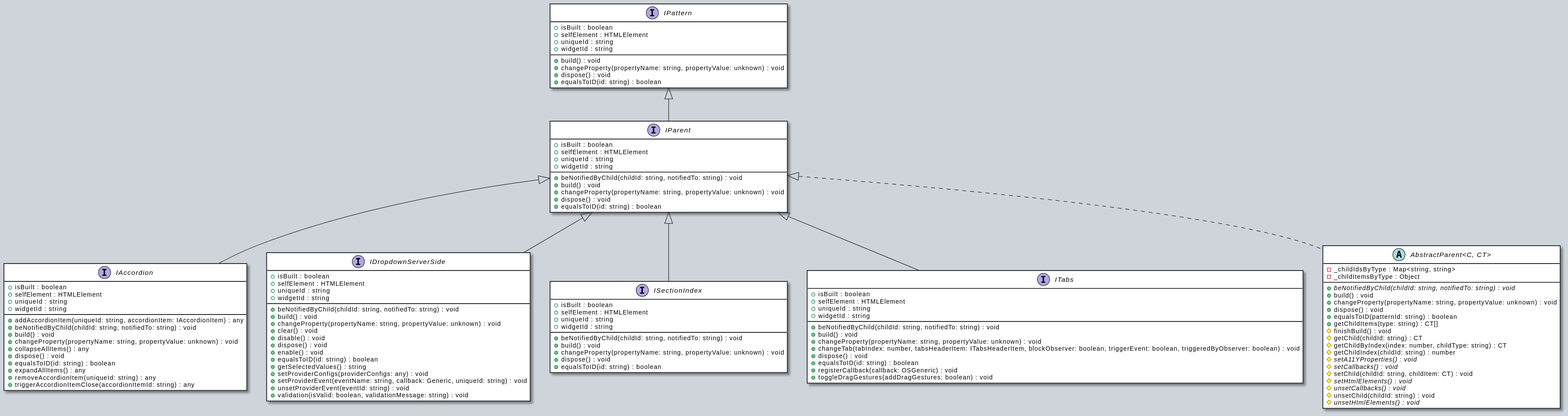
Earlier version of the PlantUML export docs/assets/IParent-umlClassDiagram-1360.svg (OutSystems/outsystems-ui). The source it was exported from:
```plantuml
@startuml
skinparam ClassArrowColor #272b30
skinparam ClassBorderColor #272b30
skinparam ClassBackgroundColor #fff
skinparam BackgroundColor #ced4da
hide empty methods
hide empty fields
interface "IParent" {
    +isBuilt : boolean
    +selfElement : HTMLElement
    +uniqueId : string
    +widgetId : string
    +beNotifiedByChild(childId: string, notifiedTo: string) : void
    +build() : void
    +changeProperty(propertyName: string, propertyValue: unknown) : void
    +dispose() : void
    +equalsToID(id: string) : boolean
}
interface "IPattern" {
    +isBuilt : boolean
    +selfElement : HTMLElement
    +uniqueId : string
    +widgetId : string
    +build() : void
    +changeProperty(propertyName: string, propertyValue: unknown) : void
    +dispose() : void
    +equalsToID(id: string) : boolean
}
"IPattern" <|-- "IParent"
interface "IAccordion" {
    +isBuilt : boolean
    +selfElement : HTMLElement
    +uniqueId : string
    +widgetId : string
    +addAccordionItem(uniqueId: string, accordionItem: IAccordionItem) : any
    +beNotifiedByChild(childId: string, notifiedTo: string) : void
    +build() : void
    +changeProperty(propertyName: string, propertyValue: unknown) : void
    +collapseAllItems() : any
    +dispose() : void
    +equalsToID(id: string) : boolean
    +expandAllItems() : any
    +removeAccordionItem(uniqueId: string) : any
    +triggerAccordionItemClose(accordionItemId: string) : any
}
"IParent" <|-- "IAccordion"
interface "IDropdownServerSide" {
    +isBuilt : boolean
    +selfElement : HTMLElement
    +uniqueId : string
    +widgetId : string
    +beNotifiedByChild(childId: string, notifiedTo: string) : void
    +build() : void
    +changeProperty(propertyName: string, propertyValue: unknown) : void
    +clear() : void
    +disable() : void
    +dispose() : void
    +enable() : void
    +equalsToID(id: string) : boolean
    +getSelectedValues() : string
    +setProviderConfigs(providerConfigs: any) : void
    +setProviderEvent(eventName: string, callback: Generic, uniqueId: string) : void
    +unsetProviderEvent(eventId: string) : void
    +validation(isValid: boolean, validationMessage: string) : void
}
"IParent" <|-- "IDropdownServerSide"
interface "ISectionIndex" {
    +isBuilt : boolean
    +selfElement : HTMLElement
    +uniqueId : string
    +widgetId : string
    +beNotifiedByChild(childId: string, notifiedTo: string) : void
    +build() : void
    +changeProperty(propertyName: string, propertyValue: unknown) : void
    +dispose() : void
    +equalsToID(id: string) : boolean
}
"IParent" <|-- "ISectionIndex"
interface "ITabs" {
    +isBuilt : boolean
    +selfElement : HTMLElement
    +uniqueId : string
    +widgetId : string
    +beNotifiedByChild(childId: string, notifiedTo: string) : void
    +build() : void
    +changeProperty(propertyName: string, propertyValue: unknown) : void
    +changeTab(tabIndex: number, tabsHeaderItem: ITabsHeaderItem, blockObserver: boolean, triggerEvent: boolean, triggeredByObserver: boolean) : void
    +dispose() : void
    +equalsToID(id: string) : boolean
    +registerCallback(callback: OSGeneric) : void
    +toggleDragGestures(addDragGestures: boolean) : void
}
"IParent" <|-- "ITabs"
abstract class "AbstractParent<C, CT>" {
    -_childIdsByType : Map<string, string>
    -_childItemsByType : Object
    {abstract} +beNotifiedByChild(childId: string, notifiedTo: string) : void
    +build() : void
    +changeProperty(propertyName: string, propertyValue: unknown) : void
    +dispose() : void
    +equalsToID(patternId: string) : boolean
    +getChildItems(type: string) : CT[]
    #finishBuild() : void
    #getChild(childId: string) : CT
    #getChildByIndex(index: number, childType: string) : CT
    #getChildIndex(childId: string) : number
    {abstract} #setA11YProperties() : void
    {abstract} #setCallbacks() : void
    #setChild(childId: string, childItem: CT) : void
    {abstract} #setHtmlElements() : void
    {abstract} #unsetCallbacks() : void
    #unsetChild(childId: string) : void
    {abstract} #unsetHtmlElements() : void
}
"IParent" <|.. "AbstractParent<C, CT>"
@enduml
```
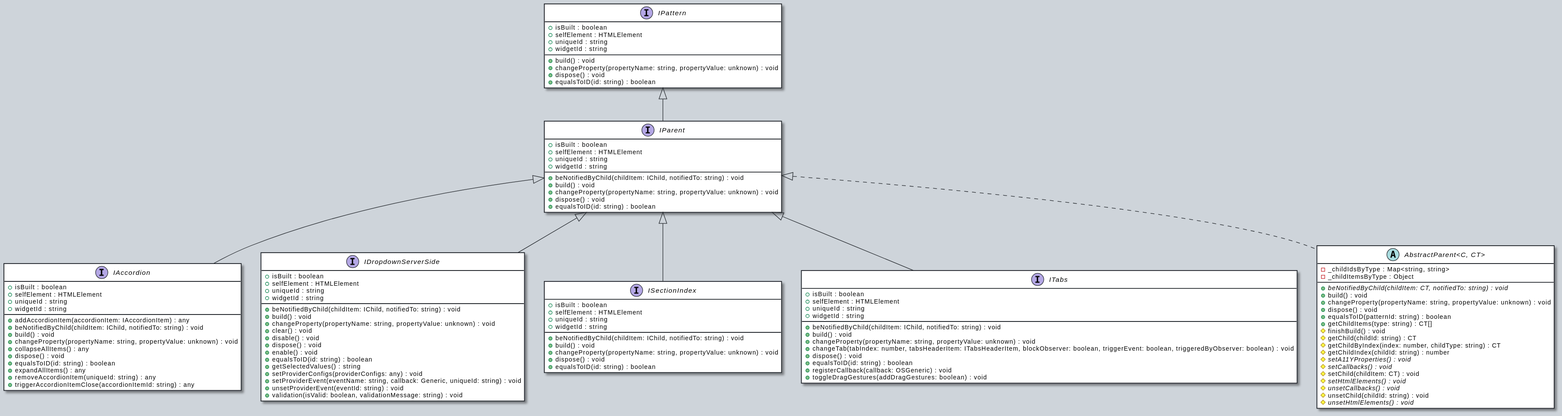
The same file after the commit.

Diff of the diagram source:
```diff
@@ -10,7 +10,7 @@
     +selfElement : HTMLElement
     +uniqueId : string
     +widgetId : string
-    +beNotifiedByChild(childId: string, notifiedTo: string) : void
+    +beNotifiedByChild(childItem: IChild, notifiedTo: string) : void
     +build() : void
     +changeProperty(propertyName: string, propertyValue: unknown) : void
     +dispose() : void
@@ -32,8 +32,8 @@
     +selfElement : HTMLElement
     +uniqueId : string
     +widgetId : string
-    +addAccordionItem(uniqueId: string, accordionItem: IAccordionItem) : any
-    +beNotifiedByChild(childId: string, notifiedTo: string) : void
+    +addAccordionItem(accordionItem: IAccordionItem) : any
+    +beNotifiedByChild(childItem: IChild, notifiedTo: string) : void
     +build() : void
     +changeProperty(propertyName: string, propertyValue: unknown) : void
     +collapseAllItems() : any
@@ -49,7 +49,7 @@
     +selfElement : HTMLElement
     +uniqueId : string
     +widgetId : string
-    +beNotifiedByChild(childId: string, notifiedTo: string) : void
+    +beNotifiedByChild(childItem: IChild, notifiedTo: string) : void
     +build() : void
     +changeProperty(propertyName: string, propertyValue: unknown) : void
     +clear() : void
@@ -69,7 +69,7 @@
     +selfElement : HTMLElement
     +uniqueId : string
     +widgetId : string
-    +beNotifiedByChild(childId: string, notifiedTo: string) : void
+    +beNotifiedByChild(childItem: IChild, notifiedTo: string) : void
     +build() : void
     +changeProperty(propertyName: string, propertyValue: unknown) : void
     +dispose() : void
@@ -81,7 +81,7 @@
     +selfElement : HTMLElement
     +uniqueId : string
     +widgetId : string
-    +beNotifiedByChild(childId: string, notifiedTo: string) : void
+    +beNotifiedByChild(childItem: IChild, notifiedTo: string) : void
     +build() : void
     +changeProperty(propertyName: string, propertyValue: unknown) : void
     +changeTab(tabIndex: number, tabsHeaderItem: ITabsHeaderItem, blockObserver: boolean, triggerEvent: boolean, triggeredByObserver: boolean) : void
@@ -94,7 +94,7 @@
 abstract class "AbstractParent<C, CT>" {
     -_childIdsByType : Map<string, string>
     -_childItemsByType : Object
-    {abstract} +beNotifiedByChild(childId: string, notifiedTo: string) : void
+    {abstract} +beNotifiedByChild(childItem: CT, notifiedTo: string) : void
     +build() : void
     +changeProperty(propertyName: string, propertyValue: unknown) : void
     +dispose() : void
@@ -106,7 +106,7 @@
     #getChildIndex(childId: string) : number
     {abstract} #setA11YProperties() : void
     {abstract} #setCallbacks() : void
-    #setChild(childId: string, childItem: CT) : void
+    #setChild(childItem: CT) : void
     {abstract} #setHtmlElements() : void
     {abstract} #unsetCallbacks() : void
     #unsetChild(childId: string) : void
```
